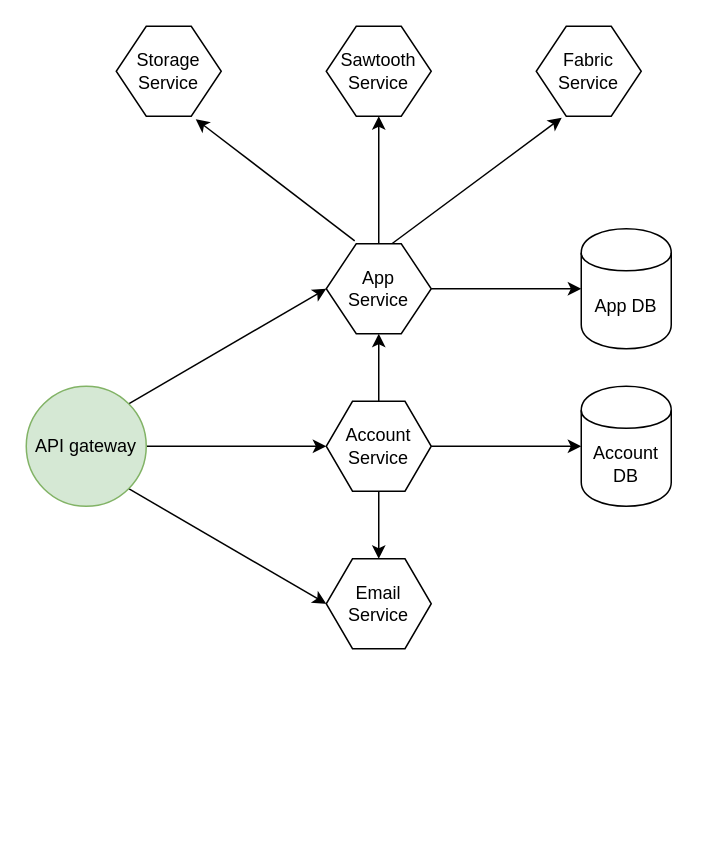
This is page "architecture" (1 of 2) of v-chain microservices architecture.drawio from NTT-TNN/draw, a draw.io file, before an edit. Source tidied: cells renumbered, new cells numbered last; positions are measured from the earlier drawing's top-left corner, leaving out a move shared by most shapes. Both pictures are drawn from the tidied source at 150%, with x=0, y=0 at pixel (26, 26).
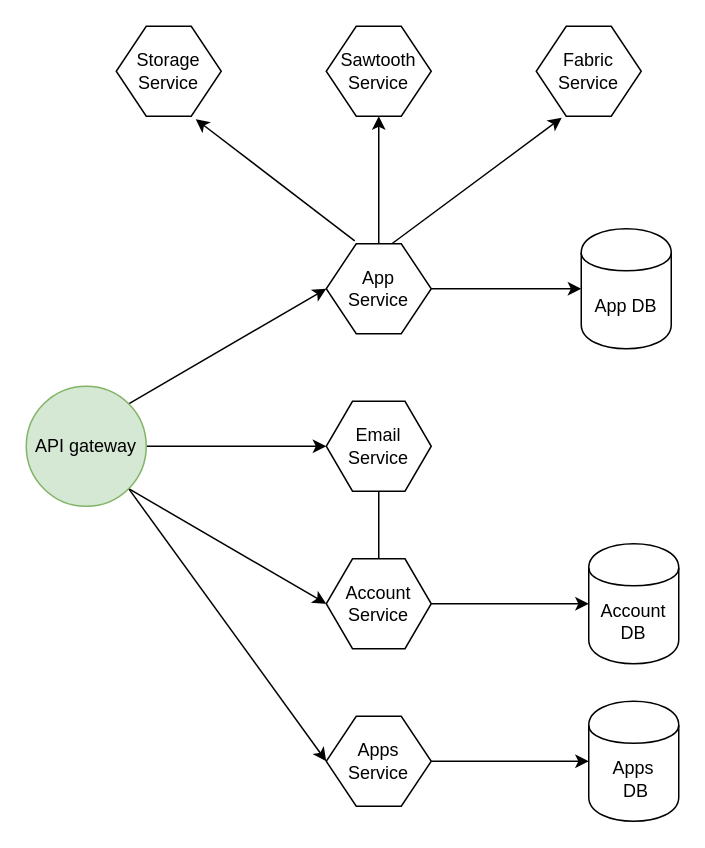
After the change.

Unchanged cells that the change refers to:
```xml
<mxCell id="5" value="API gateway" style="ellipse;whiteSpace=wrap;html=1;fillColor=#d5e8d4;strokeColor=#82b366;" parent="1" vertex="1">
  <mxGeometry y="240" width="80" height="80" as="geometry" />
</mxCell>
```

The edit, as a diff of the source:
```diff
@@
-    <mxCell id="2" style="edgeStyle=none;rounded=0;jettySize=auto;html=1;exitX=1;exitY=0.5;exitDx=0;exitDy=0;entryX=0;entryY=0.5;entryDx=0;entryDy=0;" parent="1" edge="1" source="5" target="14">
+    <mxCell id="2" style="edgeStyle=none;rounded=0;jettySize=auto;html=1;exitX=1;exitY=1;exitDx=0;exitDy=0;entryX=0;entryY=0.5;entryDx=0;entryDy=0;" parent="1" edge="1" source="5" target="14">
       <mxGeometry relative="1" as="geometry" />
     </mxCell>
@@
-    <mxCell id="4" style="edgeStyle=none;rounded=0;jettySize=auto;html=1;exitX=1;exitY=1;exitDx=0;exitDy=0;entryX=0;entryY=0.5;entryDx=0;entryDy=0;" parent="1" edge="1" source="5" target="15">
+    <mxCell id="4" style="edgeStyle=none;rounded=0;jettySize=auto;html=1;exitX=1;exitY=0.5;exitDx=0;exitDy=0;entryX=0;entryY=0.5;entryDx=0;entryDy=0;" parent="1" edge="1" source="5" target="15">
       <mxGeometry relative="1" as="geometry" />
     </mxCell>
+    <mxCell id="21" style="rounded=0;jettySize=auto;html=1;exitX=1;exitY=1;exitDx=0;exitDy=0;entryX=0;entryY=0.5;entryDx=0;entryDy=0;" parent="1" edge="1" source="5" target="23">
+      <mxGeometry relative="1" as="geometry" />
+    </mxCell>
@@
-    <mxCell id="10" value="App &lt;br&gt;Service" style="shape=hexagon;html=1;whiteSpace=wrap;perimeter=hexagonPerimeter;rounded=0;size=0.2857142857142857;" parent="1" vertex="1">
+    <mxCell id="10" value="App&lt;br&gt;Service" style="shape=hexagon;html=1;whiteSpace=wrap;perimeter=hexagonPerimeter;rounded=0;size=0.2857142857142857;" parent="1" vertex="1">
       <mxGeometry x="200" y="145" width="70" height="60" as="geometry" />
     </mxCell>
@@
-    <mxCell id="13" style="edgeStyle=none;rounded=0;jettySize=auto;html=1;exitX=0.5;exitY=0;exitDx=0;exitDy=0;entryX=0.5;entryY=1;entryDx=0;entryDy=0;" parent="1" edge="1" source="14" target="10">
-      <mxGeometry relative="1" as="geometry" />
-    </mxCell>
     <mxCell id="14" value="Account Service" style="shape=hexagon;html=1;whiteSpace=wrap;perimeter=hexagonPerimeter;rounded=0;" parent="1" vertex="1">
-      <mxGeometry x="200" y="250" width="70" height="60" as="geometry" />
+      <mxGeometry x="200" y="355" width="70" height="60" as="geometry" />
     </mxCell>
     <mxCell id="15" value="Email Service" style="shape=hexagon;html=1;whiteSpace=wrap;perimeter=hexagonPerimeter;rounded=0;" parent="1" vertex="1">
-      <mxGeometry x="200" y="355" width="70" height="60" as="geometry" />
+      <mxGeometry x="200" y="250" width="70" height="60" as="geometry" />
     </mxCell>
@@
     <mxCell id="17" value="Account DB" style="shape=cylinder;whiteSpace=wrap;html=1;boundedLbl=1;backgroundOutline=1;" parent="1" vertex="1">
-      <mxGeometry x="370" y="240" width="60" height="80" as="geometry" />
+      <mxGeometry x="375" y="345" width="60" height="80" as="geometry" />
     </mxCell>
@@
+    <mxCell id="22" style="edgeStyle=none;rounded=0;jettySize=auto;html=1;exitX=1;exitY=0.5;exitDx=0;exitDy=0;entryX=0;entryY=0.5;entryDx=0;entryDy=0;" parent="1" edge="1" source="23" target="24">
+      <mxGeometry relative="1" as="geometry" />
+    </mxCell>
+    <mxCell id="23" value="Apps&lt;br&gt;Service" style="shape=hexagon;html=1;whiteSpace=wrap;perimeter=hexagonPerimeter;rounded=0;size=0.2857142857142857;" parent="1" vertex="1">
+      <mxGeometry x="200" y="460" width="70" height="60" as="geometry" />
+    </mxCell>
+    <mxCell id="24" value="Apps&lt;br&gt;&amp;nbsp;DB" style="shape=cylinder;whiteSpace=wrap;html=1;boundedLbl=1;backgroundOutline=1;" parent="1" vertex="1">
+      <mxGeometry x="375" y="450" width="60" height="80" as="geometry" />
+    </mxCell>
```
